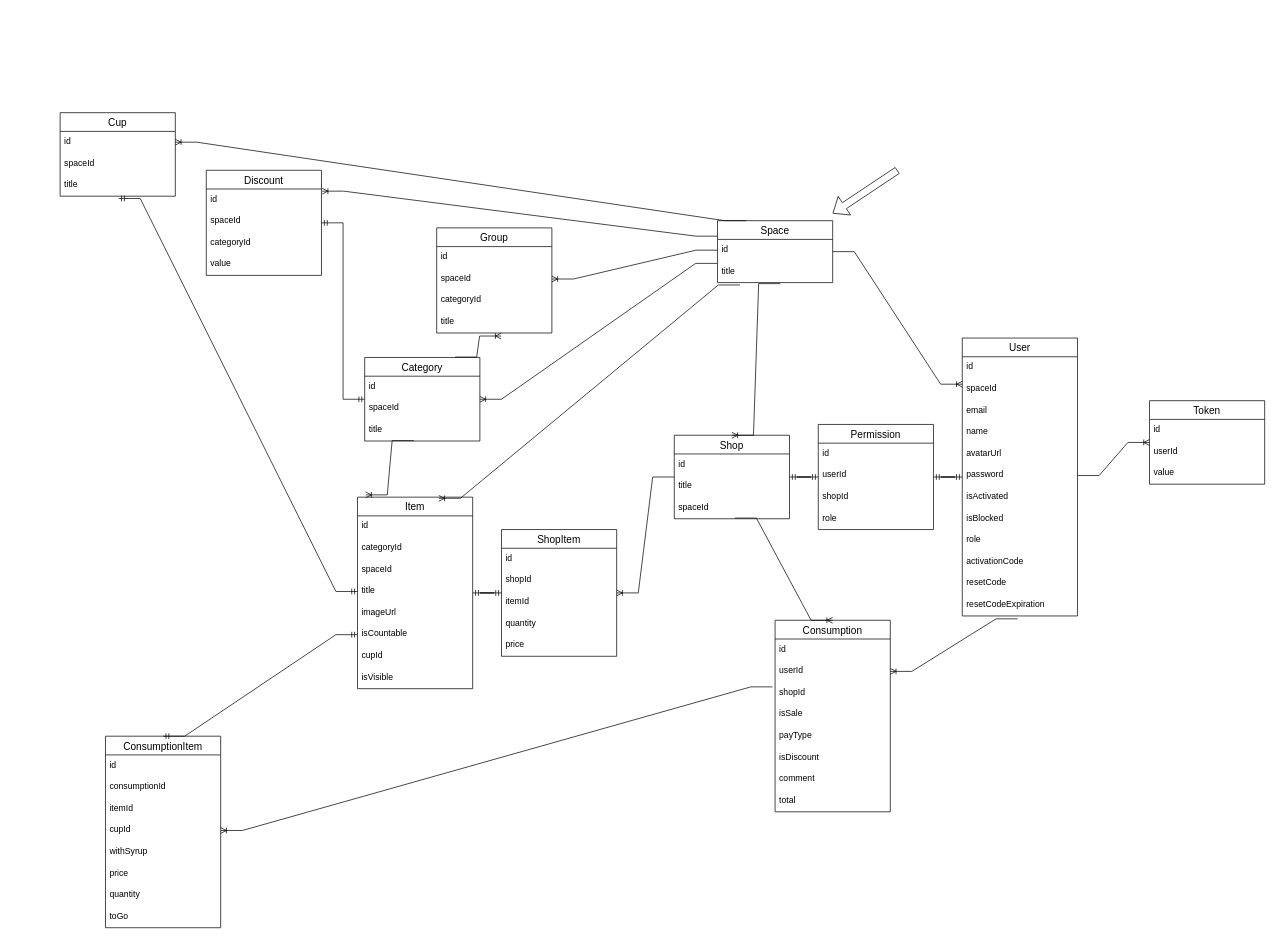
The draw.io diagram horeca.drawio in Nik68rus/myhoreca, before the edit. Source tidied: cells renumbered, new cells numbered last; positions are measured from the earlier drawing's top-left corner, leaving out a move shared by most shapes. Both pictures are drawn from the tidied source at 72%, with x=0, y=0 at pixel (60, 112).
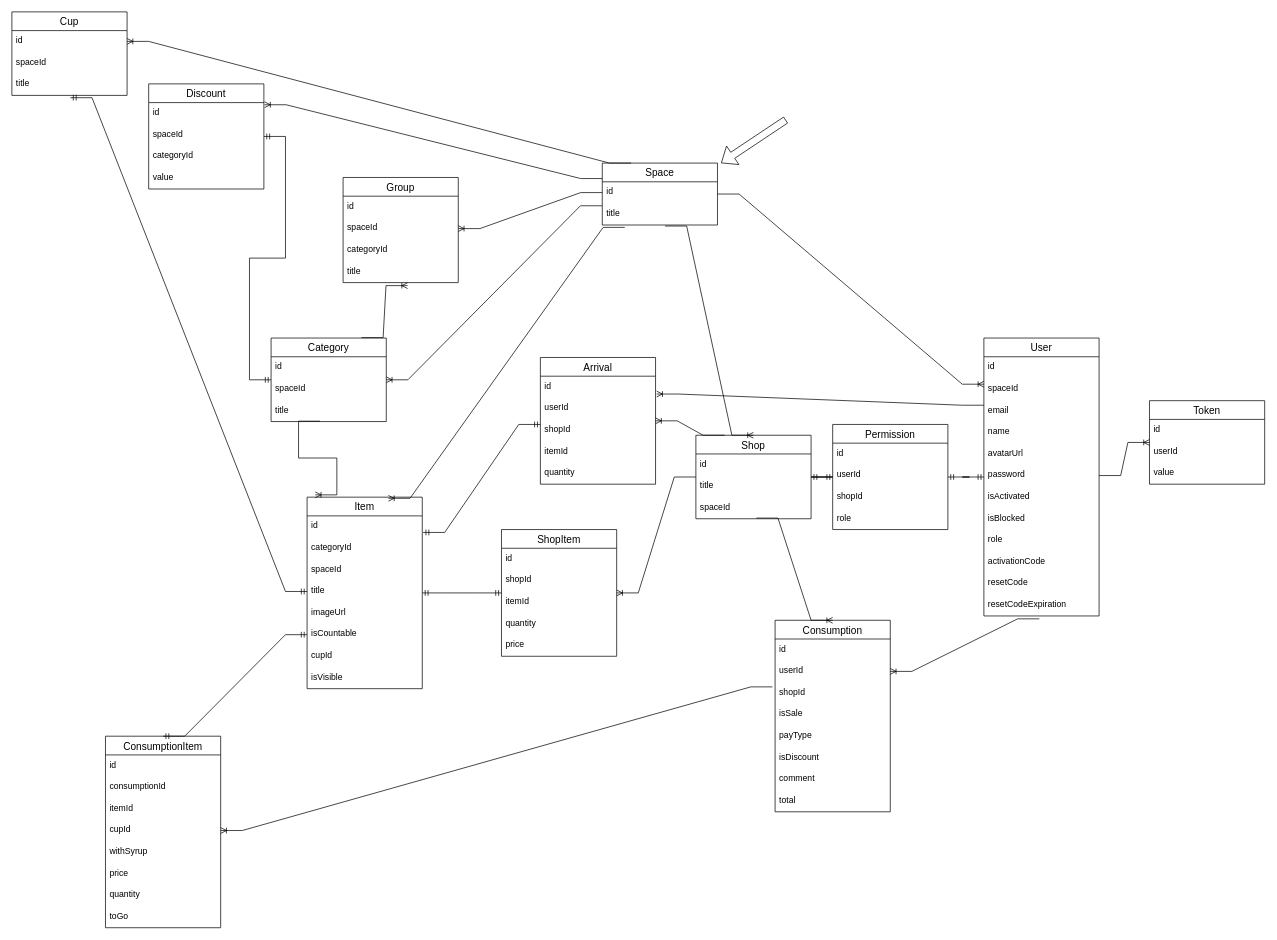
The same diagram, later.

The change refers to these unchanged cells:
```xml
<mxCell id="5" value="email" style="text;strokeColor=none;fillColor=none;spacingLeft=4;spacingRight=4;overflow=hidden;points=[[0,0.5],[1,0.5]];portConstraint=eastwest;fontSize=12;" parent="2" vertex="1">
  <mxGeometry y="86" width="160" height="30" as="geometry" />
</mxCell>
<mxCell id="25" value="id" style="text;strokeColor=none;fillColor=none;spacingLeft=4;spacingRight=4;overflow=hidden;points=[[0,0.5],[1,0.5]];portConstraint=eastwest;fontSize=12;" parent="24" vertex="1">
  <mxGeometry y="26" width="160" height="30" as="geometry" />
</mxCell>
```

What changed in the source:
```diff
@@
     <mxCell id="2" value="User" style="swimlane;fontStyle=0;horizontal=1;startSize=26;align=center;fontSize=14;" parent="1" vertex="1">
-      <mxGeometry x="1253" y="313" width="160" height="386" as="geometry" />
+      <mxGeometry x="1283" y="313" width="160" height="386" as="geometry" />
     </mxCell>
@@
     <mxCell id="15" value="Shop" style="swimlane;fontStyle=0;horizontal=1;startSize=26;align=center;fontSize=14;" parent="1" vertex="1">
-      <mxGeometry x="853" y="448" width="160" height="116" as="geometry" />
+      <mxGeometry x="883" y="448" width="160" height="116" as="geometry" />
     </mxCell>
@@
     <mxCell id="19" value="Permission" style="swimlane;fontStyle=0;horizontal=1;startSize=26;align=center;fontSize=14;" parent="1" vertex="1">
-      <mxGeometry x="1053" y="433" width="160" height="146" as="geometry" />
+      <mxGeometry x="1073" y="433" width="160" height="146" as="geometry" />
     </mxCell>
@@
     <mxCell id="24" value="Item" style="swimlane;fontStyle=0;horizontal=1;startSize=26;align=center;fontSize=14;" parent="1" vertex="1">
-      <mxGeometry x="413" y="534" width="160" height="266" as="geometry" />
+      <mxGeometry x="343" y="534" width="160" height="266" as="geometry" />
     </mxCell>
@@
     <mxCell id="43" value="Cup" style="swimlane;fontStyle=0;horizontal=1;startSize=26;align=center;fontSize=14;" parent="1" vertex="1">
-      <mxGeometry width="160" height="116" as="geometry" />
+      <mxGeometry x="-67" y="-140" width="160" height="116" as="geometry" />
     </mxCell>
@@
     <mxCell id="70" value="Space" style="swimlane;fontStyle=0;horizontal=1;startSize=26;align=center;fontSize=14;" parent="1" vertex="1">
-      <mxGeometry x="913" y="150" width="160" height="86" as="geometry" />
+      <mxGeometry x="753" y="70" width="160" height="86" as="geometry" />
     </mxCell>
@@
     <mxCell id="76" value="Category" style="swimlane;fontStyle=0;horizontal=1;startSize=26;align=center;fontSize=14;" parent="1" vertex="1">
-      <mxGeometry x="423" y="340" width="160" height="116" as="geometry" />
+      <mxGeometry x="293" y="313" width="160" height="116" as="geometry" />
     </mxCell>
@@
     <mxCell id="83" value="Discount" style="swimlane;fontStyle=0;horizontal=1;startSize=26;align=center;fontSize=14;" parent="1" vertex="1">
-      <mxGeometry x="203" y="80" width="160" height="146" as="geometry" />
+      <mxGeometry x="123" y="-40" width="160" height="146" as="geometry" />
     </mxCell>
@@
     <mxCell id="90" style="shape=flexArrow;endArrow=classic;html=1;rounded=0;" parent="1" edge="1">
       <mxGeometry relative="1" as="geometry">
-        <mxPoint x="1163" y="80" as="sourcePoint" />
-        <mxPoint x="1073" y="140" as="targetPoint" />
+        <mxPoint x="1008" y="10" as="sourcePoint" />
+        <mxPoint x="918" y="70" as="targetPoint" />
       </mxGeometry>
     </mxCell>
     <mxCell id="91" value="Group" style="swimlane;fontStyle=0;horizontal=1;startSize=26;align=center;fontSize=14;" parent="1" vertex="1">
-      <mxGeometry x="523" y="160" width="160" height="146" as="geometry" />
+      <mxGeometry x="393" y="90" width="160" height="146" as="geometry" />
     </mxCell>
@@
+    <mxCell id="103" value="Arrival" style="swimlane;fontStyle=0;horizontal=1;startSize=26;align=center;fontSize=14;" parent="1" vertex="1">
+      <mxGeometry x="667" y="340" width="160" height="176" as="geometry" />
+    </mxCell>
+    <mxCell id="104" value="id" style="text;strokeColor=none;fillColor=none;spacingLeft=4;spacingRight=4;overflow=hidden;fontSize=12;" parent="103" vertex="1">
+      <mxGeometry y="26" width="160" height="30" as="geometry" />
+    </mxCell>
+    <mxCell id="105" value="userId" style="text;strokeColor=none;fillColor=none;spacingLeft=4;spacingRight=4;overflow=hidden;points=[[0,0.5],[1,0.5]];portConstraint=eastwest;fontSize=12;" parent="103" vertex="1">
+      <mxGeometry y="56" width="160" height="30" as="geometry" />
+    </mxCell>
+    <mxCell id="106" value="shopId" style="text;strokeColor=none;fillColor=none;spacingLeft=4;spacingRight=4;overflow=hidden;fontSize=12;" parent="103" vertex="1">
+      <mxGeometry y="86" width="160" height="30" as="geometry" />
+    </mxCell>
+    <mxCell id="107" value="itemId" style="text;strokeColor=none;fillColor=none;spacingLeft=4;spacingRight=4;overflow=hidden;fontSize=12;" parent="103" vertex="1">
+      <mxGeometry y="116" width="160" height="30" as="geometry" />
+    </mxCell>
+    <mxCell id="108" value="quantity" style="text;strokeColor=none;fillColor=none;spacingLeft=4;spacingRight=4;overflow=hidden;fontSize=12;" parent="103" vertex="1">
+      <mxGeometry y="146" width="160" height="30" as="geometry" />
+    </mxCell>
+    <mxCell id="109" style="edgeStyle=entityRelationEdgeStyle;fontSize=12;html=1;endArrow=ERoneToMany;rounded=0;exitX=0.25;exitY=0;exitDx=0;exitDy=0;" parent="1" edge="1" source="15" target="103">
+      <mxGeometry relative="1" as="geometry" />
+    </mxCell>
+    <mxCell id="110" style="edgeStyle=entityRelationEdgeStyle;fontSize=12;html=1;endArrow=ERmandOne;startArrow=ERmandOne;rounded=0;exitX=1.007;exitY=0.767;exitDx=0;exitDy=0;exitPerimeter=0;" parent="1" edge="1" source="25">
+      <mxGeometry relative="1" as="geometry">
+        <mxPoint x="667" y="433" as="targetPoint" />
+      </mxGeometry>
+    </mxCell>
+    <mxCell id="111" style="edgeStyle=entityRelationEdgeStyle;fontSize=12;html=1;endArrow=ERoneToMany;rounded=0;entryX=1.01;entryY=-0.174;entryDx=0;entryDy=0;entryPerimeter=0;exitX=0;exitY=0.244;exitDx=0;exitDy=0;exitPerimeter=0;" parent="1" edge="1" source="5" target="105">
+      <mxGeometry relative="1" as="geometry" />
+    </mxCell>
```
